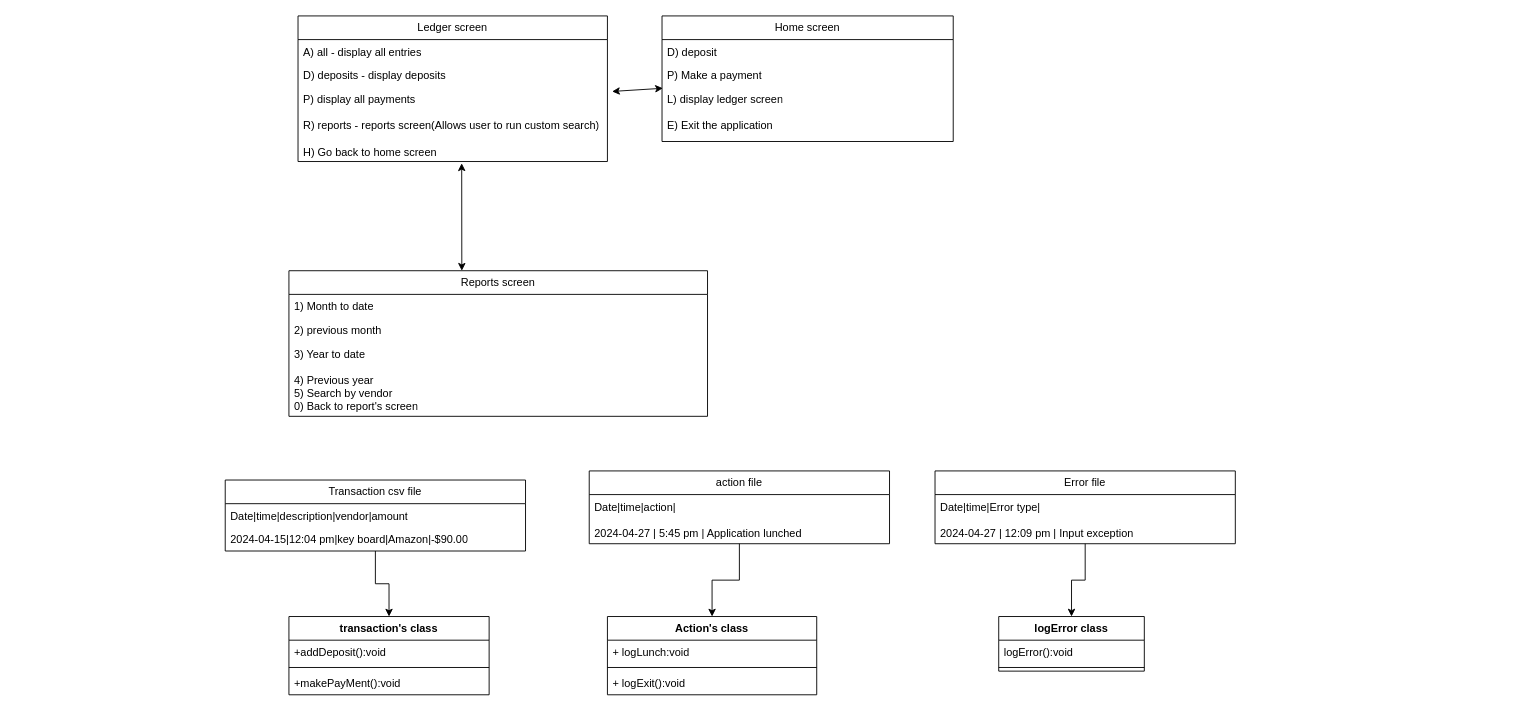
fahd209/capstone-1 keeps this draw.io diagram as project-digram.drawio. Above is the earlier version. Source tidied: cells renumbered, new cells numbered last; positions are measured from the earlier drawing's top-left corner, leaving out a move shared by most shapes. Both pictures are drawn from the tidied source at 91%, with x=0, y=0 at pixel (225, 15).
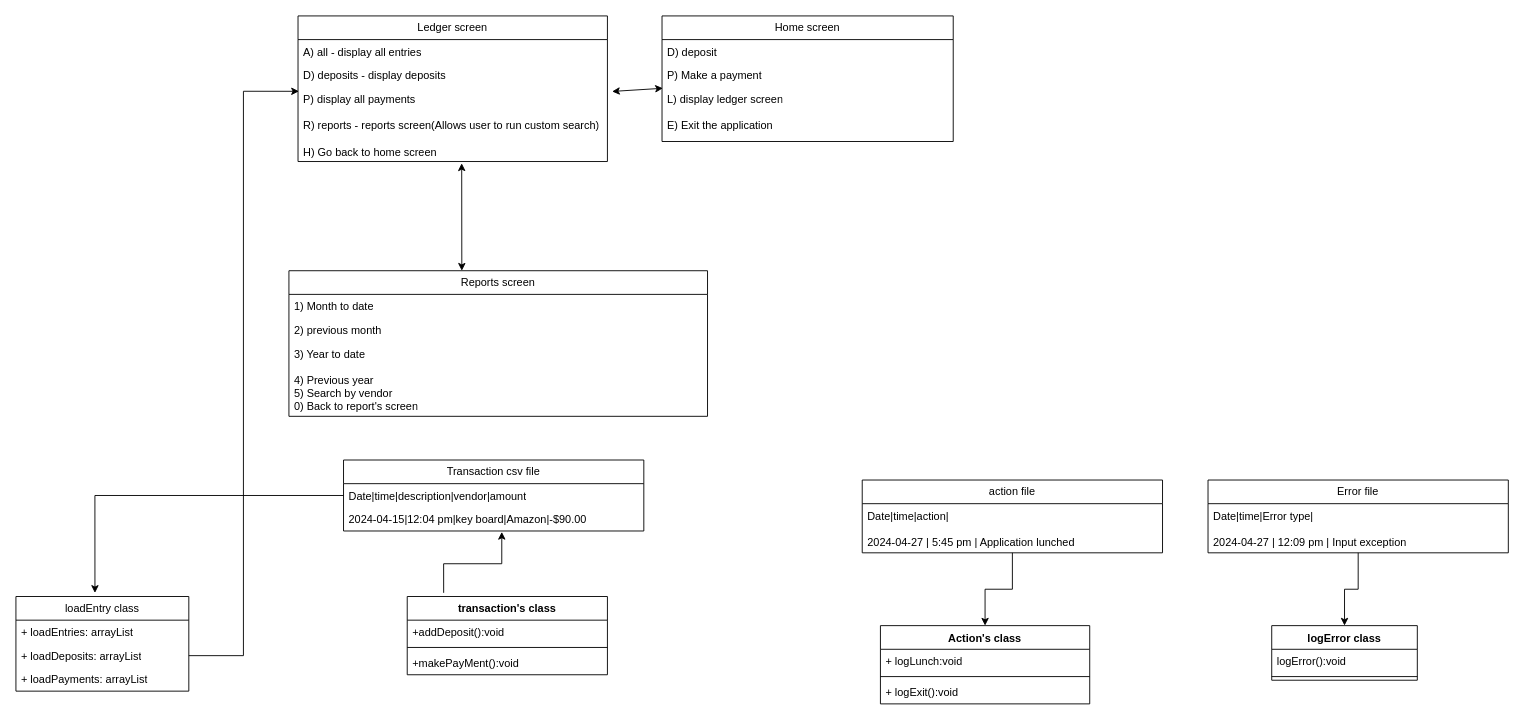
Above is the later version.

The change refers to these unchanged cells:
```xml
<mxCell id="4" value="Date|time|description|vendor|amount" style="text;strokeColor=none;fillColor=none;align=left;verticalAlign=top;spacingLeft=4;spacingRight=4;overflow=hidden;points=[[0,0.5],[1,0.5]];portConstraint=eastwest;whiteSpace=wrap;html=1;" parent="3" vertex="1">
  <mxGeometry y="26" width="330" height="26" as="geometry" />
</mxCell>
<mxCell id="5" value="2024-04-15|12:04 pm|key board|Amazon|-$90.00" style="text;strokeColor=none;fillColor=none;align=left;verticalAlign=top;spacingLeft=4;spacingRight=4;overflow=hidden;points=[[0,0.5],[1,0.5]];portConstraint=eastwest;whiteSpace=wrap;html=1;" parent="3" vertex="1">
  <mxGeometry y="52" width="330" height="26" as="geometry" />
</mxCell>
<mxCell id="16" value="&lt;div&gt;P) display all payments&lt;/div&gt;&lt;div&gt;&lt;br&gt;&lt;div&gt;R) reports - reports screen(Allows user to run custom search)&lt;/div&gt;&lt;/div&gt;&lt;div&gt;&lt;br&gt;&lt;/div&gt;&lt;div&gt;H) Go back to home screen&lt;/div&gt;&lt;div&gt;&lt;br&gt;&lt;/div&gt;&lt;div&gt;&lt;br&gt;&lt;/div&gt;" style="text;strokeColor=none;fillColor=none;align=left;verticalAlign=top;spacingLeft=4;spacingRight=4;overflow=hidden;points=[[0,0.5],[1,0.5]];portConstraint=eastwest;whiteSpace=wrap;html=1;" parent="13" vertex="1">
  <mxGeometry y="78" width="340" height="82" as="geometry" />
</mxCell>
```

Change to the diagram source:
```diff
@@
-    <mxCell id="2" style="edgeStyle=orthogonalEdgeStyle;rounded=0;jettySize=auto;html=1;" parent="1" edge="1" source="3" target="23">
+    <mxCell id="2" style="edgeStyle=orthogonalEdgeStyle;rounded=0;jettySize=auto;html=1;exitX=0.182;exitY=-0.047;exitDx=0;exitDy=0;exitPerimeter=0;entryX=0.527;entryY=1.038;entryDx=0;entryDy=0;entryPerimeter=0;" parent="1" edge="1" source="23" target="5">
       <mxGeometry relative="1" as="geometry" />
     </mxCell>
     <mxCell id="3" value="Transaction csv file" style="swimlane;fontStyle=0;horizontal=1;startSize=26;fillColor=none;whiteSpace=wrap;html=1;" parent="1" vertex="1">
-      <mxGeometry y="510" width="330" height="78" as="geometry" />
+      <mxGeometry x="130" y="488" width="330" height="78" as="geometry" />
     </mxCell>
@@
     <mxCell id="7" value="Error file" style="swimlane;fontStyle=0;horizontal=1;startSize=26;fillColor=none;whiteSpace=wrap;html=1;" parent="1" vertex="1">
-      <mxGeometry x="780" y="500" width="330" height="80" as="geometry" />
+      <mxGeometry x="1080" y="510" width="330" height="80" as="geometry" />
     </mxCell>
@@
     <mxCell id="23" value="transaction's class" style="swimlane;fontStyle=1;align=center;verticalAlign=top;horizontal=1;startSize=26;whiteSpace=wrap;html=1;" parent="1" vertex="1">
-      <mxGeometry x="70" y="660" width="220" height="86" as="geometry" />
+      <mxGeometry x="200" y="638" width="220" height="86" as="geometry" />
     </mxCell>
@@
     <mxCell id="27" value="Action's class&lt;div&gt;&lt;br&gt;&lt;/div&gt;" style="swimlane;fontStyle=1;align=center;verticalAlign=top;horizontal=1;startSize=26;whiteSpace=wrap;html=1;" parent="1" vertex="1">
-      <mxGeometry x="420" y="660" width="230" height="86" as="geometry" />
+      <mxGeometry x="720" y="670" width="230" height="86" as="geometry" />
     </mxCell>
@@
     <mxCell id="32" value="action file" style="swimlane;fontStyle=0;horizontal=1;startSize=26;fillColor=none;whiteSpace=wrap;html=1;" parent="1" vertex="1">
-      <mxGeometry x="400" y="500" width="330" height="80" as="geometry" />
+      <mxGeometry x="700" y="510" width="330" height="80" as="geometry" />
     </mxCell>
@@
     <mxCell id="34" value="logError class" style="swimlane;fontStyle=1;align=center;verticalAlign=top;horizontal=1;startSize=26;whiteSpace=wrap;html=1;" parent="1" vertex="1">
-      <mxGeometry x="850" y="660" width="160" height="60" as="geometry" />
+      <mxGeometry x="1150" y="670" width="160" height="60" as="geometry" />
     </mxCell>
@@
+    <mxCell id="37" value="loadEntry class" style="swimlane;fontStyle=0;horizontal=1;startSize=26;fillColor=none;whiteSpace=wrap;html=1;" parent="1" vertex="1">
+      <mxGeometry x="-230" y="638" width="190" height="104" as="geometry" />
+    </mxCell>
+    <mxCell id="38" value="+ loadEntries&lt;span style=&quot;background-color: initial;&quot;&gt;: arrayList&lt;/span&gt;" style="text;strokeColor=none;fillColor=none;align=left;verticalAlign=top;spacingLeft=4;spacingRight=4;overflow=hidden;whiteSpace=wrap;html=1;" parent="37" vertex="1">
+      <mxGeometry y="26" width="190" height="26" as="geometry" />
+    </mxCell>
+    <mxCell id="39" value="+ loadDeposits: arrayList" style="text;strokeColor=none;fillColor=none;align=left;verticalAlign=top;spacingLeft=4;spacingRight=4;overflow=hidden;points=[[0,0.5],[1,0.5]];portConstraint=eastwest;whiteSpace=wrap;html=1;" parent="37" vertex="1">
+      <mxGeometry y="52" width="190" height="26" as="geometry" />
+    </mxCell>
+    <mxCell id="40" value="+ loadPayments: arrayList" style="text;strokeColor=none;fillColor=none;align=left;verticalAlign=top;spacingLeft=4;spacingRight=4;overflow=hidden;whiteSpace=wrap;html=1;" parent="37" vertex="1">
+      <mxGeometry y="78" width="190" height="26" as="geometry" />
+    </mxCell>
+    <mxCell id="41" style="edgeStyle=orthogonalEdgeStyle;rounded=0;jettySize=auto;html=1;entryX=0.457;entryY=-0.038;entryDx=0;entryDy=0;entryPerimeter=0;" parent="1" edge="1" source="4" target="37">
+      <mxGeometry relative="1" as="geometry" />
+    </mxCell>
+    <mxCell id="42" style="edgeStyle=orthogonalEdgeStyle;rounded=0;jettySize=auto;html=1;entryX=0.003;entryY=0.059;entryDx=0;entryDy=0;entryPerimeter=0;" parent="1" edge="1" source="39" target="16">
+      <mxGeometry relative="1" as="geometry" />
+    </mxCell>
```
